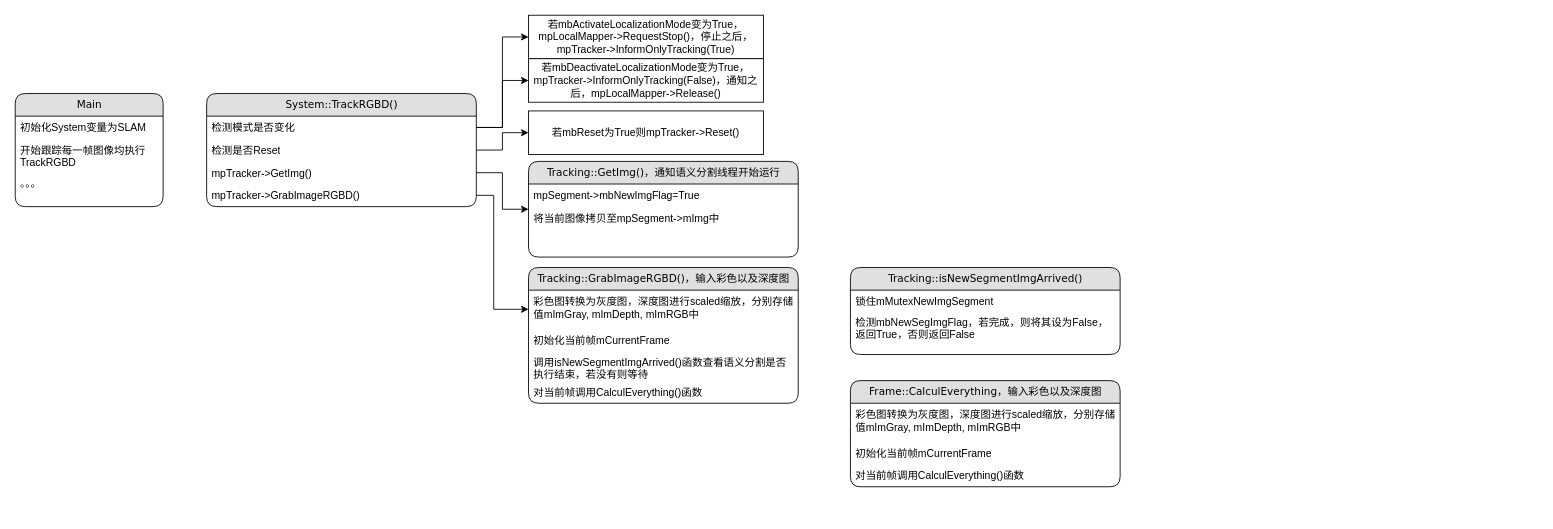
Before: page "Main" (2 of 11) of Untitled Diagram.drawio in gtx818/visual-SLAM, a draw.io diagram. Source tidied: cells renumbered, new cells numbered last; positions are measured from the earlier drawing's top-left corner, leaving out a move shared by most shapes. Both pictures are drawn from the tidied source at 87%, with x=0, y=0 at pixel (15, 15).
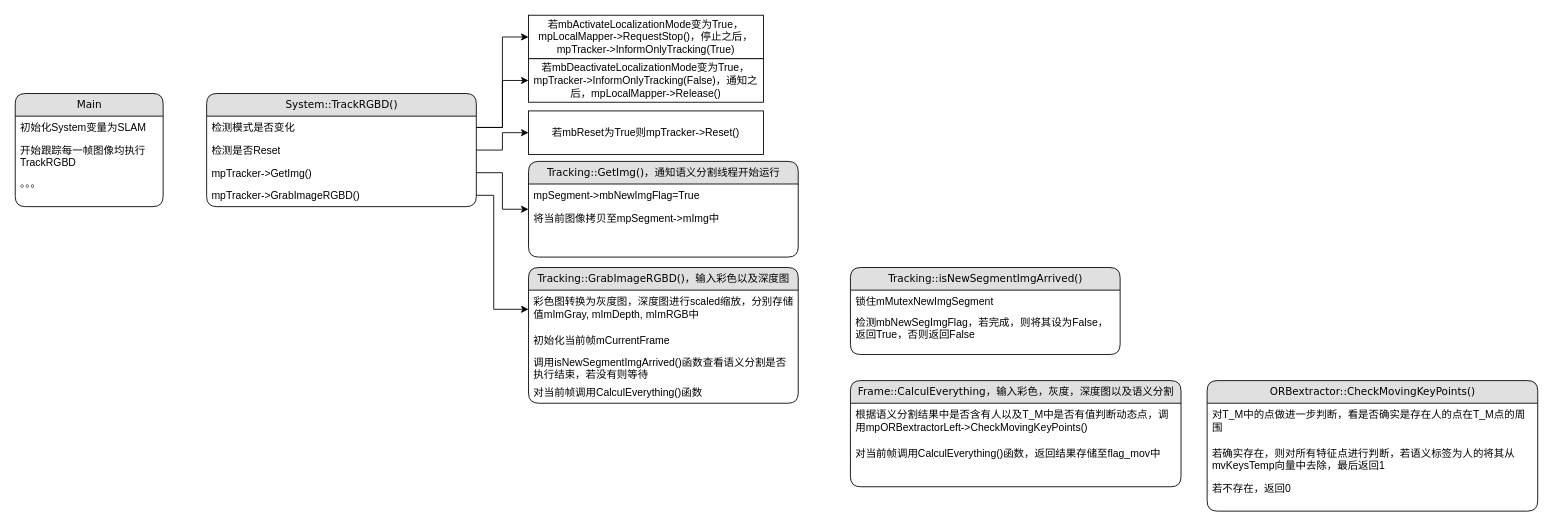
The same diagram, later.

Diff of the diagram source:
```diff
@@
-    <mxCell id="27" value="Frame::CalculEverything，输入彩色以及深度图" style="swimlane;html=1;fontStyle=0;horizontal=1;startSize=26;fillColor=#e0e0e0;swimlaneFillColor=#ffffff;align=center;rounded=1;shadow=0;comic=0;labelBackgroundColor=none;strokeWidth=1;fontFamily=Verdana;fontSize=12;" parent="1" vertex="1">
-      <mxGeometry x="960" y="420" width="310" height="122" as="geometry" />
+    <mxCell id="27" value="Frame::CalculEverything，输入彩色，灰度，深度图以及语义分割" style="swimlane;html=1;fontStyle=0;horizontal=1;startSize=26;fillColor=#e0e0e0;swimlaneFillColor=#ffffff;align=center;rounded=1;shadow=0;comic=0;labelBackgroundColor=none;strokeWidth=1;fontFamily=Verdana;fontSize=12;" parent="1" vertex="1">
+      <mxGeometry x="960" y="420" width="380" height="122" as="geometry" />
     </mxCell>
-    <mxCell id="28" value="彩色图转换为灰度图，深度图进行scaled缩放，分别存储值mImGray, mImDepth, mImRGB中" style="text;html=1;strokeColor=none;fillColor=none;spacingLeft=4;spacingRight=4;whiteSpace=wrap;overflow=hidden;" parent="27" vertex="1">
-      <mxGeometry y="26" width="310" height="44" as="geometry" />
-    </mxCell>
-    <mxCell id="29" value="初始化当前帧mCurrentFrame" style="text;html=1;strokeColor=none;fillColor=none;spacingLeft=4;spacingRight=4;whiteSpace=wrap;overflow=hidden;" parent="27" vertex="1">
-      <mxGeometry y="70" width="310" height="26" as="geometry" />
+    <mxCell id="29" value="根据语义分割结果中是否含有人以及T_M中是否有值判断动态点，调用mpORBextractorLeft-&amp;gt;CheckMovingKeyPoints()" style="text;html=1;strokeColor=none;fillColor=none;spacingLeft=4;spacingRight=4;whiteSpace=wrap;overflow=hidden;" parent="27" vertex="1">
+      <mxGeometry y="26" width="380" height="44" as="geometry" />
     </mxCell>
-    <mxCell id="30" value="对当前帧调用CalculEverything()函数" style="text;html=1;strokeColor=none;fillColor=none;spacingLeft=4;spacingRight=4;whiteSpace=wrap;overflow=hidden;" parent="27" vertex="1">
-      <mxGeometry y="96" width="310" height="26" as="geometry" />
+    <mxCell id="30" value="对当前帧调用CalculEverything()函数，返回结果存储至flag_mov中" style="text;html=1;strokeColor=none;fillColor=none;spacingLeft=4;spacingRight=4;whiteSpace=wrap;overflow=hidden;" parent="27" vertex="1">
+      <mxGeometry y="70" width="380" height="26" as="geometry" />
     </mxCell>
@@
+    <mxCell id="34" value="ORBextractor::CheckMovingKeyPoints()" style="swimlane;html=1;fontStyle=0;horizontal=1;startSize=26;fillColor=#e0e0e0;swimlaneFillColor=#ffffff;align=center;rounded=1;shadow=0;comic=0;labelBackgroundColor=none;strokeWidth=1;fontFamily=Verdana;fontSize=12;" parent="1" vertex="1">
+      <mxGeometry x="1370" y="420" width="380" height="150" as="geometry" />
+    </mxCell>
+    <mxCell id="35" value="对T_M中的点做进一步判断，看是否确实是存在人的点在T_M点的周围" style="text;html=1;strokeColor=none;fillColor=none;spacingLeft=4;spacingRight=4;whiteSpace=wrap;overflow=hidden;" parent="34" vertex="1">
+      <mxGeometry y="26" width="380" height="44" as="geometry" />
+    </mxCell>
+    <mxCell id="36" value="若确实存在，则对所有特征点进行判断，若语义标签为人的将其从mvKeysTemp向量中去除，最后返回1" style="text;html=1;strokeColor=none;fillColor=none;spacingLeft=4;spacingRight=4;whiteSpace=wrap;overflow=hidden;" parent="34" vertex="1">
+      <mxGeometry y="70" width="380" height="40" as="geometry" />
+    </mxCell>
+    <mxCell id="37" value="若不存在，返回0" style="text;html=1;strokeColor=none;fillColor=none;spacingLeft=4;spacingRight=4;whiteSpace=wrap;overflow=hidden;" parent="34" vertex="1">
+      <mxGeometry y="110" width="380" height="40" as="geometry" />
+    </mxCell>
```
